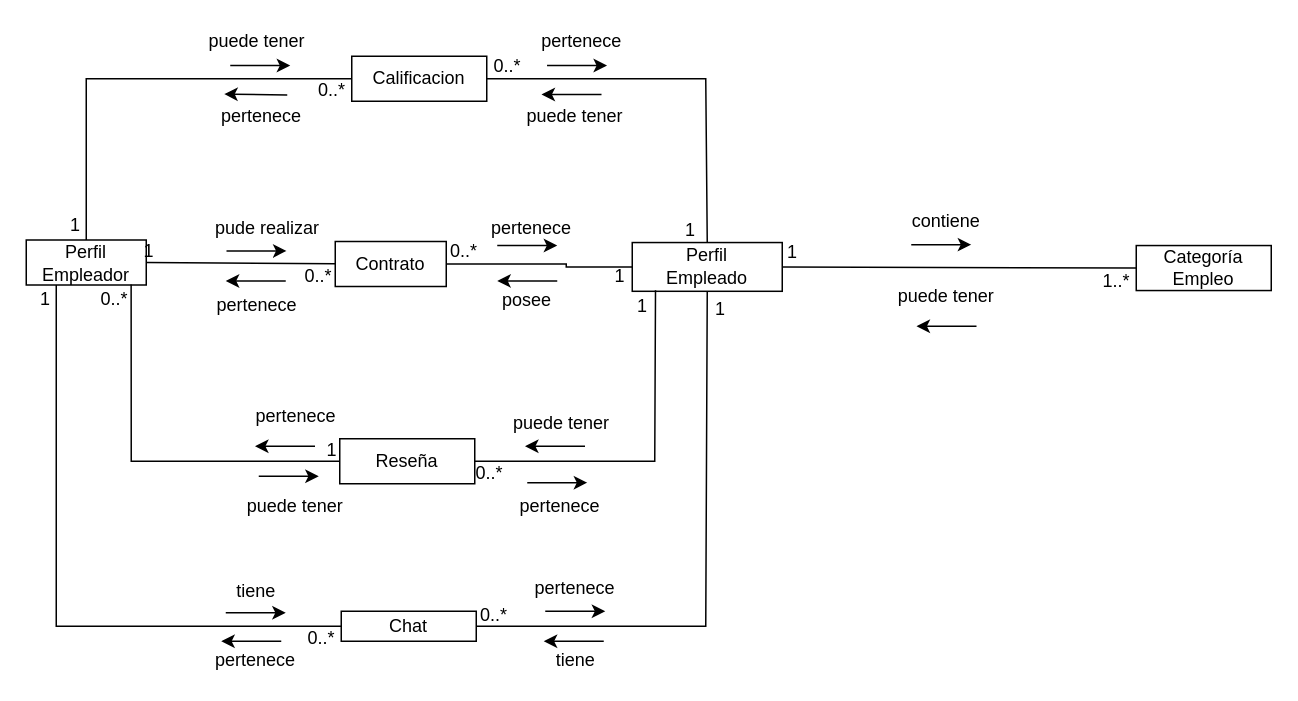
Before: Extra Clase/Modelado de dominio/Modelo anemico/DDD_ModeloAnemico.drawio in F3liP3L/Proyecto-Documentacion, a draw.io diagram. Source tidied: cells renumbered, new cells numbered last; positions are measured from the earlier drawing's top-left corner, leaving out a move shared by most shapes. Both pictures are drawn from the tidied source at 150%, with x=0, y=0 at pixel (26, 26).
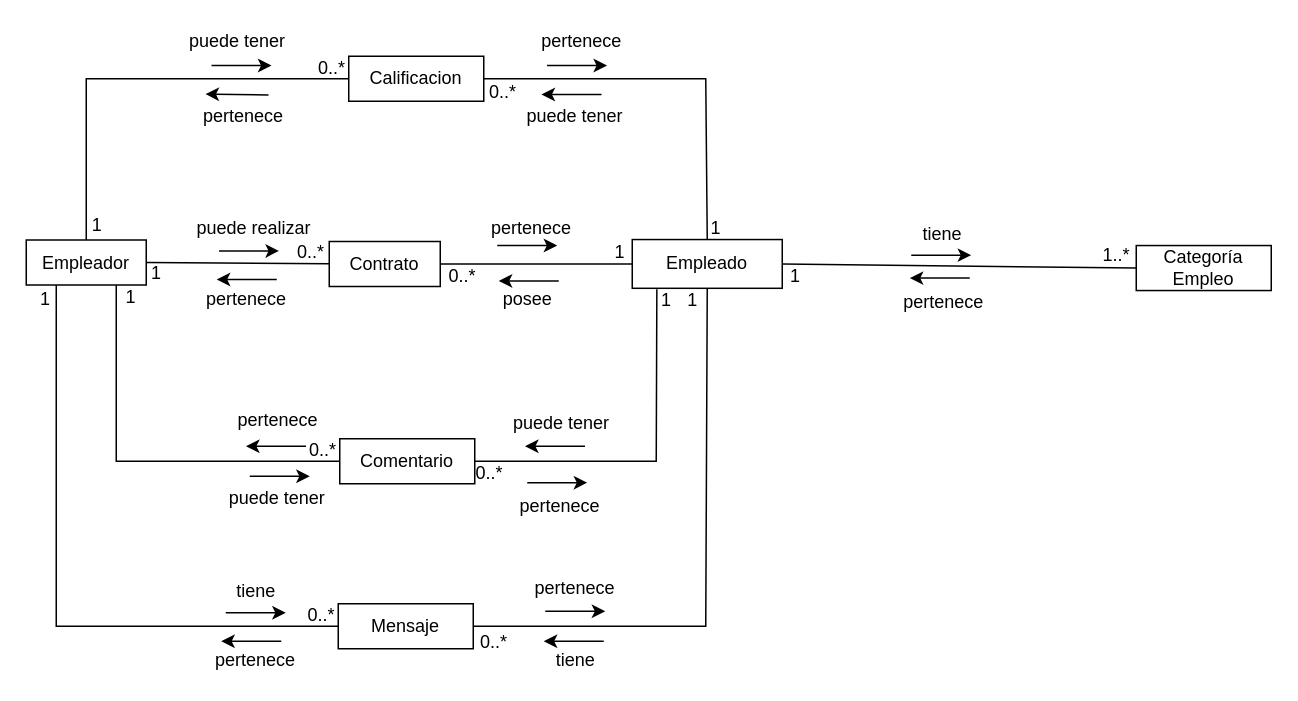
The same diagram, later.

Diff of the diagram source:
```diff
@@
     <mxCell id="2" value="Calificacion" style="rounded=0;whiteSpace=wrap;html=1;" parent="1" vertex="1">
-      <mxGeometry x="217" y="20" width="90" height="30" as="geometry" />
+      <mxGeometry x="215" y="20" width="90" height="30" as="geometry" />
     </mxCell>
-    <mxCell id="3" value="Perfil&lt;br&gt;Empleador" style="rounded=0;whiteSpace=wrap;html=1;" parent="1" vertex="1">
+    <mxCell id="3" value="Empleador" style="rounded=0;whiteSpace=wrap;html=1;" parent="1" vertex="1">
       <mxGeometry y="142.5" width="80" height="30" as="geometry" />
     </mxCell>
+    <mxCell id="72" style="edgeStyle=orthogonalEdgeStyle;rounded=0;jettySize=auto;html=1;entryX=1;entryY=0.5;entryDx=0;entryDy=0;endArrow=none;endFill=0;" parent="1" edge="1" source="4" target="62">
+      <mxGeometry relative="1" as="geometry" />
+    </mxCell>
-    <mxCell id="4" value="Perfil&lt;br&gt;Empleado" style="rounded=0;whiteSpace=wrap;html=1;" parent="1" vertex="1">
-      <mxGeometry x="404" y="144.2" width="100" height="32.5" as="geometry" />
+    <mxCell id="4" value="Empleado" style="rounded=0;whiteSpace=wrap;html=1;" parent="1" vertex="1">
+      <mxGeometry x="404" y="142.2" width="100" height="32.5" as="geometry" />
     </mxCell>
@@
-    <mxCell id="10" style="endArrow=none;html=1;rounded=0;entryX=0.155;entryY=0.981;entryDx=0;entryDy=0;exitX=1;exitY=0.5;exitDx=0;exitDy=0;entryPerimeter=0;" parent="1" edge="1" source="11" target="4">
+    <mxCell id="10" style="endArrow=none;html=1;rounded=0;entryX=0.164;entryY=1.02;entryDx=0;entryDy=0;exitX=1;exitY=0.5;exitDx=0;exitDy=0;entryPerimeter=0;" parent="1" edge="1" source="11" target="4">
       <mxGeometry relative="1" as="geometry">
         <Array as="points">
-          <mxPoint x="419" y="290" />
+          <mxPoint x="420" y="290" />
         </Array>
       </mxGeometry>
     </mxCell>
-    <mxCell id="11" value="Reseña" style="rounded=0;whiteSpace=wrap;html=1;" parent="1" vertex="1">
+    <mxCell id="11" value="Comentario" style="rounded=0;whiteSpace=wrap;html=1;" parent="1" vertex="1">
       <mxGeometry x="209" y="275" width="90" height="30" as="geometry" />
     </mxCell>
     <mxCell id="12" style="endArrow=classic;html=1;rounded=0;" parent="1" edge="1">
       <mxGeometry relative="1" as="geometry">
-        <mxPoint x="590" y="145.6" as="sourcePoint" />
-        <mxPoint x="630" y="145.6" as="targetPoint" />
+        <mxPoint x="590" y="152.6" as="sourcePoint" />
+        <mxPoint x="630" y="152.6" as="targetPoint" />
       </mxGeometry>
     </mxCell>
@@
     <mxCell id="14" style="endArrow=classic;html=1;rounded=0;" parent="1" edge="1">
       <mxGeometry relative="1" as="geometry">
-        <mxPoint x="633.5" y="200" as="sourcePoint" />
-        <mxPoint x="593.5" y="200" as="targetPoint" />
+        <mxPoint x="629" y="167.9" as="sourcePoint" />
+        <mxPoint x="589" y="167.9" as="targetPoint" />
       </mxGeometry>
     </mxCell>
-    <mxCell id="15" style="endArrow=none;html=1;rounded=0;entryX=0.874;entryY=0.987;entryDx=0;entryDy=0;exitX=0;exitY=0.5;exitDx=0;exitDy=0;entryPerimeter=0;" parent="1" edge="1" source="11" target="3">
+    <mxCell id="15" style="endArrow=none;html=1;rounded=0;entryX=0.75;entryY=1;entryDx=0;entryDy=0;exitX=0;exitY=0.5;exitDx=0;exitDy=0;" parent="1" edge="1" source="11" target="3">
       <mxGeometry relative="1" as="geometry">
         <Array as="points">
-          <mxPoint x="70" y="290" />
+          <mxPoint x="60" y="290" />
         </Array>
       </mxGeometry>
     </mxCell>
     <mxCell id="16" style="endArrow=classic;html=1;rounded=0;" parent="1" edge="1">
       <mxGeometry relative="1" as="geometry">
-        <mxPoint x="173" y="169.8" as="sourcePoint" />
-        <mxPoint x="133" y="169.8" as="targetPoint" />
+        <mxPoint x="167" y="168.8" as="sourcePoint" />
+        <mxPoint x="127" y="168.8" as="targetPoint" />
       </mxGeometry>
     </mxCell>
@@
-    <mxCell id="18" value="Chat" style="rounded=0;whiteSpace=wrap;html=1;" parent="1" vertex="1">
-      <mxGeometry x="210" y="390" width="90" height="20" as="geometry" />
+    <mxCell id="18" value="Mensaje" style="rounded=0;whiteSpace=wrap;html=1;" parent="1" vertex="1">
+      <mxGeometry x="208" y="385" width="90" height="30" as="geometry" />
     </mxCell>
@@
     <mxCell id="21" style="endArrow=classic;html=1;rounded=0;" parent="1" edge="1">
       <mxGeometry relative="1" as="geometry">
-        <mxPoint x="155" y="300" as="sourcePoint" />
-        <mxPoint x="195" y="300" as="targetPoint" />
+        <mxPoint x="149" y="300" as="sourcePoint" />
+        <mxPoint x="189" y="300" as="targetPoint" />
       </mxGeometry>
     </mxCell>
@@
     <mxCell id="24" value="1" style="text;html=1;strokeColor=none;fillColor=none;align=center;verticalAlign=middle;whiteSpace=wrap;rounded=0;" parent="1" vertex="1">
-      <mxGeometry x="398" y="179.8" width="26" height="15" as="geometry" />
+      <mxGeometry x="420" y="175.8" width="14" height="15" as="geometry" />
     </mxCell>
@@
-    <mxCell id="28" value="0..*" style="text;html=1;strokeColor=none;fillColor=none;align=center;verticalAlign=middle;whiteSpace=wrap;rounded=0;" parent="1" vertex="1">
-      <mxGeometry x="46" y="174.5" width="26" height="15" as="geometry" />
+    <mxCell id="28" value="1" style="text;html=1;strokeColor=none;fillColor=none;align=center;verticalAlign=middle;whiteSpace=wrap;rounded=0;" parent="1" vertex="1">
+      <mxGeometry x="60" y="173.5" width="20" height="15" as="geometry" />
     </mxCell>
     <mxCell id="29" value="1" style="text;html=1;strokeColor=none;fillColor=none;align=center;verticalAlign=middle;whiteSpace=wrap;rounded=0;" parent="1" vertex="1">
-      <mxGeometry x="430" y="128" width="26" height="15" as="geometry" />
+      <mxGeometry x="452" y="127" width="16" height="15" as="geometry" />
     </mxCell>
     <mxCell id="30" value="1" style="text;html=1;strokeColor=none;fillColor=none;align=center;verticalAlign=middle;whiteSpace=wrap;rounded=0;" parent="1" vertex="1">
-      <mxGeometry x="20" y="125" width="26" height="15" as="geometry" />
+      <mxGeometry x="36" y="125" width="23" height="15" as="geometry" />
     </mxCell>
-    <mxCell id="31" value="puede tener" style="text;html=1;strokeColor=none;fillColor=none;align=center;verticalAlign=middle;whiteSpace=wrap;rounded=0;" parent="1" vertex="1">
-      <mxGeometry x="580" y="170" width="67" height="20" as="geometry" />
+    <mxCell id="31" value="pertenece&amp;nbsp;" style="text;html=1;strokeColor=none;fillColor=none;align=center;verticalAlign=middle;whiteSpace=wrap;rounded=0;" parent="1" vertex="1">
+      <mxGeometry x="580" y="173.8" width="67" height="20" as="geometry" />
     </mxCell>
     <mxCell id="32" value="1" style="text;html=1;strokeColor=none;fillColor=none;align=center;verticalAlign=middle;whiteSpace=wrap;rounded=0;" parent="1" vertex="1">
-      <mxGeometry x="498" y="143" width="26" height="15" as="geometry" />
+      <mxGeometry x="507" y="163" width="12" height="8" as="geometry" />
     </mxCell>
     <mxCell id="33" value="1..*" style="text;html=1;strokeColor=none;fillColor=none;align=center;verticalAlign=middle;whiteSpace=wrap;rounded=0;" parent="1" vertex="1">
-      <mxGeometry x="714" y="162.5" width="26" height="15" as="geometry" />
+      <mxGeometry x="717" y="145.5" width="20" height="15" as="geometry" />
     </mxCell>
-    <mxCell id="34" value="contiene" style="text;html=1;strokeColor=none;fillColor=none;align=center;verticalAlign=middle;whiteSpace=wrap;rounded=0;" parent="1" vertex="1">
-      <mxGeometry x="580" y="120" width="67" height="20" as="geometry" />
+    <mxCell id="34" value="tiene" style="text;html=1;strokeColor=none;fillColor=none;align=center;verticalAlign=middle;whiteSpace=wrap;rounded=0;" parent="1" vertex="1">
+      <mxGeometry x="586" y="129" width="50" height="20" as="geometry" />
     </mxCell>
     <mxCell id="35" style="endArrow=classic;html=1;rounded=0;" parent="1" edge="1">
       <mxGeometry relative="1" as="geometry">
-        <mxPoint x="136" y="26.2" as="sourcePoint" />
-        <mxPoint x="176" y="26.2" as="targetPoint" />
+        <mxPoint x="123.5" y="26.2" as="sourcePoint" />
+        <mxPoint x="163.5" y="26.2" as="targetPoint" />
       </mxGeometry>
     </mxCell>
@@
     <mxCell id="38" value="puede tener" style="text;html=1;strokeColor=none;fillColor=none;align=center;verticalAlign=middle;whiteSpace=wrap;rounded=0;" parent="1" vertex="1">
-      <mxGeometry x="114.5" width="78" height="20" as="geometry" />
+      <mxGeometry x="102" width="78" height="20" as="geometry" />
     </mxCell>
     <mxCell id="39" value="puede tener" style="text;html=1;strokeColor=none;fillColor=none;align=center;verticalAlign=middle;whiteSpace=wrap;rounded=0;" parent="1" vertex="1">
-      <mxGeometry x="142" y="310" width="75" height="20" as="geometry" />
+      <mxGeometry x="130" y="305" width="75" height="20" as="geometry" />
     </mxCell>
     <mxCell id="40" value="0..*" style="text;html=1;strokeColor=none;fillColor=none;align=center;verticalAlign=middle;whiteSpace=wrap;rounded=0;" parent="1" vertex="1">
-      <mxGeometry x="180" y="158.5" width="30" height="16" as="geometry" />
+      <mxGeometry x="180" y="142.5" width="20" height="16" as="geometry" />
     </mxCell>
     <mxCell id="41" value="1" style="text;html=1;strokeColor=none;fillColor=none;align=center;verticalAlign=middle;whiteSpace=wrap;rounded=0;" parent="1" vertex="1">
-      <mxGeometry x="450" y="181" width="26" height="15" as="geometry" />
+      <mxGeometry x="436" y="177" width="17" height="12" as="geometry" />
     </mxCell>
@@
     <mxCell id="47" value="0..*" style="text;html=1;strokeColor=none;fillColor=none;align=center;verticalAlign=middle;whiteSpace=wrap;rounded=0;" parent="1" vertex="1">
-      <mxGeometry x="299" y="385" width="26" height="15" as="geometry" />
+      <mxGeometry x="299" y="403" width="26" height="15" as="geometry" />
     </mxCell>
     <mxCell id="48" value="0..*" style="text;html=1;strokeColor=none;fillColor=none;align=center;verticalAlign=middle;whiteSpace=wrap;rounded=0;" parent="1" vertex="1">
-      <mxGeometry x="184" y="400" width="26" height="15" as="geometry" />
+      <mxGeometry x="184" y="385" width="26" height="15" as="geometry" />
     </mxCell>
     <mxCell id="49" value="0..*" style="text;html=1;strokeColor=none;fillColor=none;align=center;verticalAlign=middle;whiteSpace=wrap;rounded=0;" parent="1" vertex="1">
-      <mxGeometry x="308" y="19" width="26" height="15" as="geometry" />
+      <mxGeometry x="305" y="36" width="26" height="15" as="geometry" />
     </mxCell>
     <mxCell id="50" value="0..*" style="text;html=1;strokeColor=none;fillColor=none;align=center;verticalAlign=middle;whiteSpace=wrap;rounded=0;" parent="1" vertex="1">
-      <mxGeometry x="191" y="35" width="26" height="15" as="geometry" />
+      <mxGeometry x="191" y="20" width="26" height="15" as="geometry" />
     </mxCell>
     <mxCell id="51" style="endArrow=classic;html=1;rounded=0;" parent="1" edge="1">
       <mxGeometry relative="1" as="geometry">
-        <mxPoint x="174" y="45.8" as="sourcePoint" />
-        <mxPoint x="132" y="45.2" as="targetPoint" />
+        <mxPoint x="161.5" y="45.8" as="sourcePoint" />
+        <mxPoint x="119.5" y="45.2" as="targetPoint" />
       </mxGeometry>
     </mxCell>
     <mxCell id="52" value="pertenece" style="text;html=1;strokeColor=none;fillColor=none;align=center;verticalAlign=middle;whiteSpace=wrap;rounded=0;" parent="1" vertex="1">
-      <mxGeometry x="128" y="50" width="58" height="20" as="geometry" />
+      <mxGeometry x="115.5" y="50" width="58" height="20" as="geometry" />
     </mxCell>
@@
     <mxCell id="58" style="endArrow=classic;html=1;rounded=0;" parent="1" edge="1">
       <mxGeometry relative="1" as="geometry">
-        <mxPoint x="192.5" y="280" as="sourcePoint" />
-        <mxPoint x="152.5" y="280" as="targetPoint" />
+        <mxPoint x="186.5" y="280" as="sourcePoint" />
+        <mxPoint x="146.5" y="280" as="targetPoint" />
       </mxGeometry>
     </mxCell>
     <mxCell id="59" value="pertenece" style="text;html=1;strokeColor=none;fillColor=none;align=center;verticalAlign=middle;whiteSpace=wrap;rounded=0;" parent="1" vertex="1">
-      <mxGeometry x="148.5" y="250" width="62" height="20" as="geometry" />
+      <mxGeometry x="136.5" y="253" width="62" height="20" as="geometry" />
     </mxCell>
-    <mxCell id="60" value="1" style="text;html=1;strokeColor=none;fillColor=none;align=center;verticalAlign=middle;whiteSpace=wrap;rounded=0;" parent="1" vertex="1">
-      <mxGeometry x="191" y="275" width="26" height="15" as="geometry" />
+    <mxCell id="60" value="0..*" style="text;html=1;strokeColor=none;fillColor=none;align=center;verticalAlign=middle;whiteSpace=wrap;rounded=0;" parent="1" vertex="1">
+      <mxGeometry x="185" y="275" width="26" height="15" as="geometry" />
     </mxCell>
-    <mxCell id="61" style="edgeStyle=orthogonalEdgeStyle;rounded=0;jettySize=auto;html=1;endArrow=none;endFill=0;entryX=0;entryY=0.5;entryDx=0;entryDy=0;" parent="1" edge="1" source="62" target="4">
-      <mxGeometry relative="1" as="geometry">
-        <Array as="points">
-          <mxPoint x="360" y="159" />
-          <mxPoint x="360" y="160" />
-        </Array>
-      </mxGeometry>
-    </mxCell>
     <mxCell id="62" value="Contrato" style="rounded=0;whiteSpace=wrap;html=1;" parent="1" vertex="1">
-      <mxGeometry x="206" y="143.5" width="74" height="30" as="geometry" />
+      <mxGeometry x="202" y="143.5" width="74" height="30" as="geometry" />
     </mxCell>
     <mxCell id="63" value="0..*" style="text;html=1;strokeColor=none;fillColor=none;align=center;verticalAlign=middle;whiteSpace=wrap;rounded=0;" parent="1" vertex="1">
-      <mxGeometry x="277" y="142" width="30" height="16" as="geometry" />
+      <mxGeometry x="276" y="159" width="30" height="16" as="geometry" />
     </mxCell>
     <mxCell id="64" style="endArrow=classic;html=1;rounded=0;" parent="1" edge="1">
       <mxGeometry relative="1" as="geometry">
-        <mxPoint x="354" y="169.8" as="sourcePoint" />
-        <mxPoint x="314" y="169.8" as="targetPoint" />
+        <mxPoint x="355" y="169.8" as="sourcePoint" />
+        <mxPoint x="315" y="169.8" as="targetPoint" />
       </mxGeometry>
     </mxCell>
     <mxCell id="65" value="pertenece" style="text;html=1;strokeColor=none;fillColor=none;align=center;verticalAlign=middle;whiteSpace=wrap;rounded=0;" parent="1" vertex="1">
-      <mxGeometry x="124" y="181" width="60" height="10" as="geometry" />
+      <mxGeometry x="117" y="177" width="60" height="10" as="geometry" />
     </mxCell>
     <mxCell id="66" style="endArrow=classic;html=1;rounded=0;" parent="1" edge="1">
       <mxGeometry relative="1" as="geometry">
-        <mxPoint x="133.5" y="149.8" as="sourcePoint" />
-        <mxPoint x="173.5" y="149.8" as="targetPoint" />
+        <mxPoint x="128.5" y="149.8" as="sourcePoint" />
+        <mxPoint x="168.5" y="149.8" as="targetPoint" />
       </mxGeometry>
     </mxCell>
-    <mxCell id="67" value="pude realizar" style="text;html=1;strokeColor=none;fillColor=none;align=center;verticalAlign=middle;whiteSpace=wrap;rounded=0;" parent="1" vertex="1">
-      <mxGeometry x="124" y="127" width="74" height="15" as="geometry" />
+    <mxCell id="67" value="puede realizar" style="text;html=1;strokeColor=none;fillColor=none;align=center;verticalAlign=middle;whiteSpace=wrap;rounded=0;" parent="1" vertex="1">
+      <mxGeometry x="109" y="127" width="86" height="15" as="geometry" />
     </mxCell>
     <mxCell id="68" value="1" style="text;html=1;strokeColor=none;fillColor=none;align=center;verticalAlign=middle;whiteSpace=wrap;rounded=0;" parent="1" vertex="1">
-      <mxGeometry x="72" y="145" width="20" height="10" as="geometry" />
+      <mxGeometry x="77" y="160" width="20" height="10" as="geometry" />
     </mxCell>
     <mxCell id="69" value="1" style="text;html=1;strokeColor=none;fillColor=none;align=center;verticalAlign=middle;whiteSpace=wrap;rounded=0;" parent="1" vertex="1">
-      <mxGeometry x="386" y="161.5" width="20" height="10" as="geometry" />
+      <mxGeometry x="386" y="145.5" width="20" height="10" as="geometry" />
     </mxCell>
     <mxCell id="70" value="posee" style="text;html=1;strokeColor=none;fillColor=none;align=center;verticalAlign=middle;whiteSpace=wrap;rounded=0;" parent="1" vertex="1">
-      <mxGeometry x="308" y="176.8" width="52" height="12.5" as="geometry" />
+      <mxGeometry x="314" y="175.8" width="41" height="12.5" as="geometry" />
     </mxCell>
```
